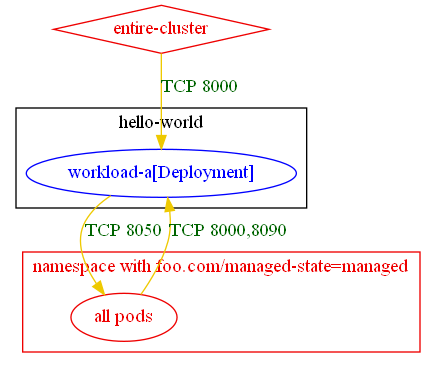
This is test_outputs/connlist/exposure_test_same_unmatched_rule_in_ingress_egress_connlist_output.dot.png from np-guard/netpol-analyzer, a Graphviz export, as it was before one commit. Its source is kept beside it as test_outputs/connlist/exposure_test_same_unmatched_rule_in_ingress_egress_connlist_output.dot. Source of this version:
```dot
digraph {
	subgraph "cluster_hello_world" {
		color="black"
		fontcolor="black"
		"hello-world/workload-a[Deployment]" [label="workload-a[Deployment]" color="blue" fontcolor="blue"]
		label="hello-world"
	}
	subgraph "cluster_namespace with foo.com/managed_state=managed" {
		color="red2"
		fontcolor="red2"
		"all pods_in_foo.com/managed-state=managed" [label="all pods" color="red2" fontcolor="red2"]
		label="namespace with foo.com/managed-state=managed"
	}
	"entire-cluster" [label="entire-cluster" color="red2" fontcolor="red2" shape=diamond]
	"all pods_in_foo.com/managed-state=managed" -> "hello-world/workload-a[Deployment]" [label="TCP 8000,8090" color="gold2" fontcolor="darkgreen"]
	"entire-cluster" -> "hello-world/workload-a[Deployment]" [label="TCP 8000" color="gold2" fontcolor="darkgreen"]
	"hello-world/workload-a[Deployment]" -> "all pods_in_foo.com/managed-state=managed" [label="TCP 8050" color="gold2" fontcolor="darkgreen"]
}
```
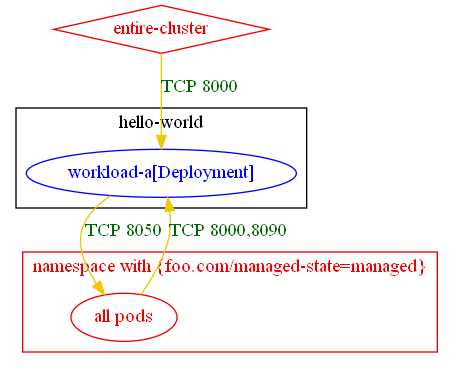
The same file after the commit.

Diff of the diagram source:
```diff
@@ -5,14 +5,14 @@
 		"hello-world/workload-a[Deployment]" [label="workload-a[Deployment]" color="blue" fontcolor="blue"]
 		label="hello-world"
 	}
-	subgraph "cluster_namespace with foo.com/managed_state=managed" {
+	subgraph "cluster_namespace with {foo.com/managed_state=managed}" {
 		color="red2"
 		fontcolor="red2"
-		"all pods_in_foo.com/managed-state=managed" [label="all pods" color="red2" fontcolor="red2"]
-		label="namespace with foo.com/managed-state=managed"
+		"all pods_in_namespace with {foo.com/managed-state=managed}" [label="all pods" color="red2" fontcolor="red2"]
+		label="namespace with {foo.com/managed-state=managed}"
 	}
 	"entire-cluster" [label="entire-cluster" color="red2" fontcolor="red2" shape=diamond]
-	"all pods_in_foo.com/managed-state=managed" -> "hello-world/workload-a[Deployment]" [label="TCP 8000,8090" color="gold2" fontcolor="darkgreen"]
+	"all pods_in_namespace with {foo.com/managed-state=managed}" -> "hello-world/workload-a[Deployment]" [label="TCP 8000,8090" color="gold2" fontcolor="darkgreen"]
 	"entire-cluster" -> "hello-world/workload-a[Deployment]" [label="TCP 8000" color="gold2" fontcolor="darkgreen"]
-	"hello-world/workload-a[Deployment]" -> "all pods_in_foo.com/managed-state=managed" [label="TCP 8050" color="gold2" fontcolor="darkgreen"]
+	"hello-world/workload-a[Deployment]" -> "all pods_in_namespace with {foo.com/managed-state=managed}" [label="TCP 8050" color="gold2" fontcolor="darkgreen"]
 }
```
